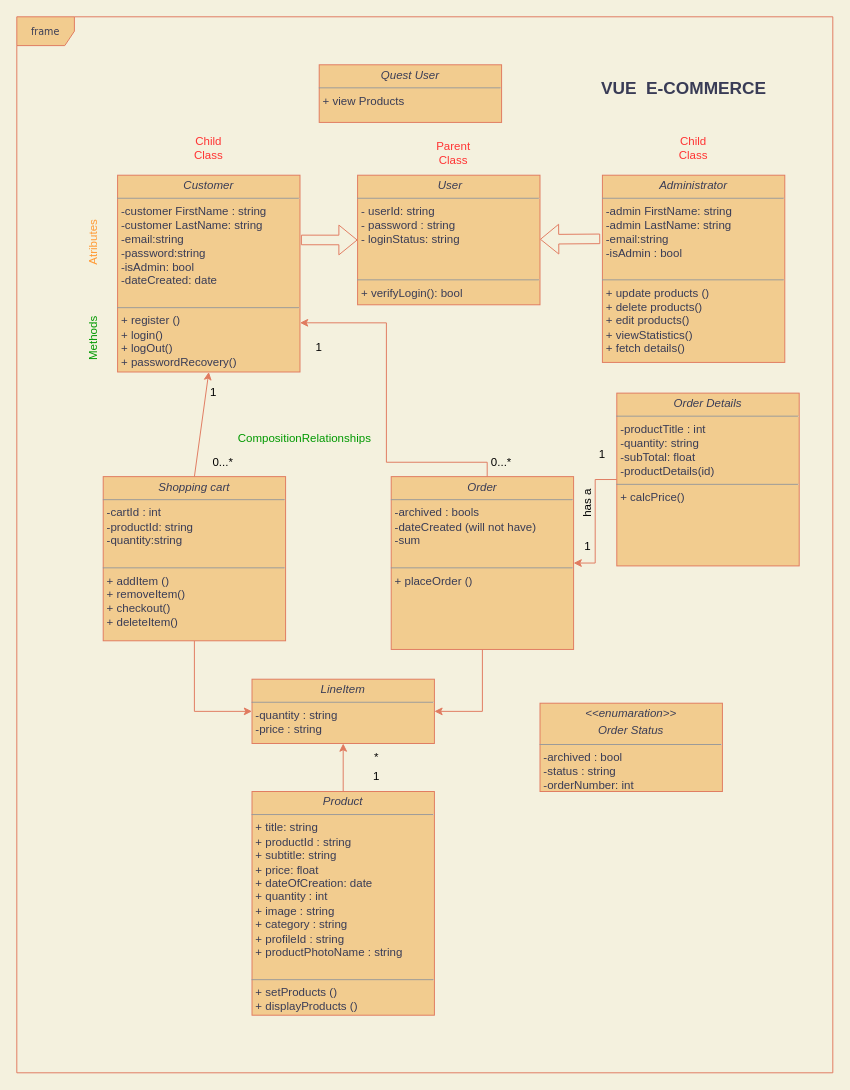
Before: UML-gameShop.drawio in TomasSirotek/UML-diagram, a draw.io diagram. Source tidied: cells renumbered, new cells numbered last; positions are measured from the earlier drawing's top-left corner, leaving out a move shared by most shapes. Both pictures are drawn from the tidied source at 96%, with x=0, y=0 at pixel (16, 16).
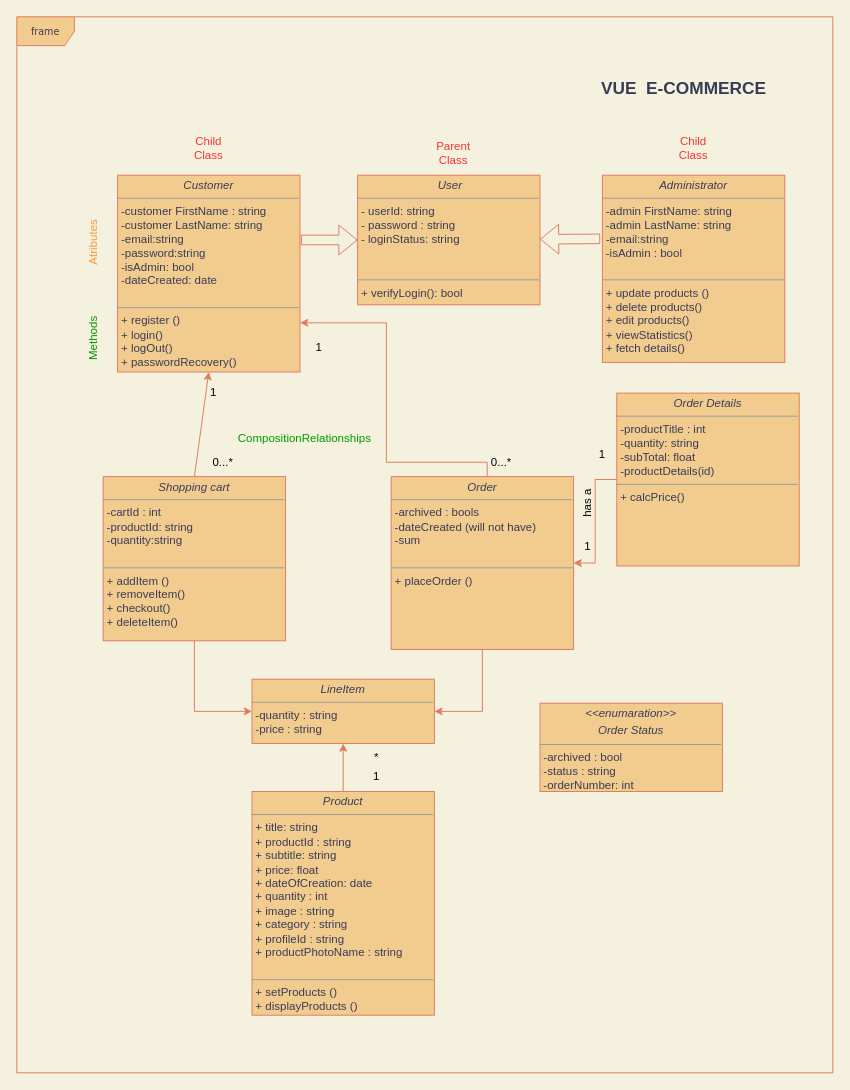
The same diagram, later.

Change to the diagram source:
```diff
@@
-    <mxCell id="4" value="&lt;p style=&quot;margin: 0px ; margin-top: 4px ; text-align: center&quot;&gt;&lt;i&gt;Quest User&lt;/i&gt;&lt;br&gt;&lt;/p&gt;&lt;hr size=&quot;1&quot;&gt;&lt;p style=&quot;margin: 0px ; margin-left: 4px&quot;&gt;+ view Products&lt;/p&gt;&lt;p style=&quot;margin: 0px ; margin-left: 4px&quot;&gt;&lt;br&gt;&lt;/p&gt;&lt;hr size=&quot;1&quot;&gt;&lt;p style=&quot;margin: 0px ; margin-left: 4px&quot;&gt;&lt;br&gt;&lt;/p&gt;&lt;p style=&quot;margin: 0px ; margin-left: 4px&quot;&gt;&lt;br&gt;&lt;/p&gt;" style="verticalAlign=top;align=left;overflow=fill;fontSize=12;fontFamily=Helvetica;html=1;rounded=0;shadow=0;comic=0;labelBackgroundColor=none;strokeWidth=1;fillColor=#F2CC8F;strokeColor=#E07A5F;fontColor=#393C56;" parent="1" vertex="1">
-      <mxGeometry x="315" y="50" width="190" height="60" as="geometry" />
-    </mxCell>
```
